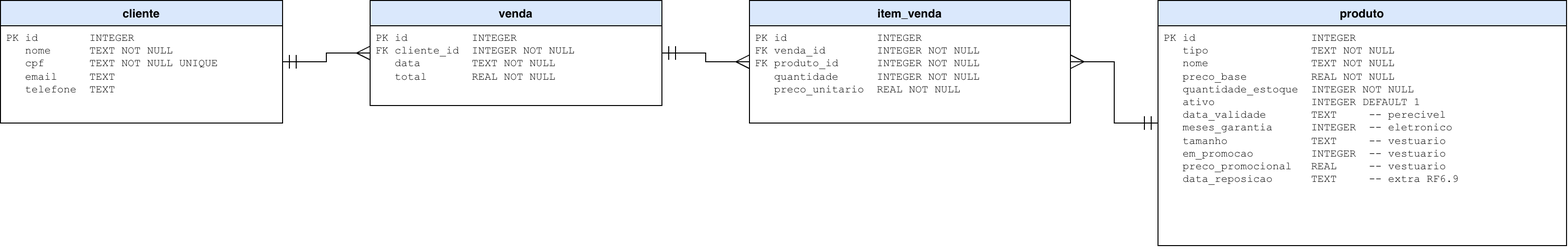
Earlier version of the draw.io export docs/Projeto P2-Tabela SQL.drawio.png (ProjP2/Sistema-Loja). Source tidied: cells renumbered, new cells last; positions are measured from the earlier drawing's top-left corner, leaving out a move shared by most shapes.
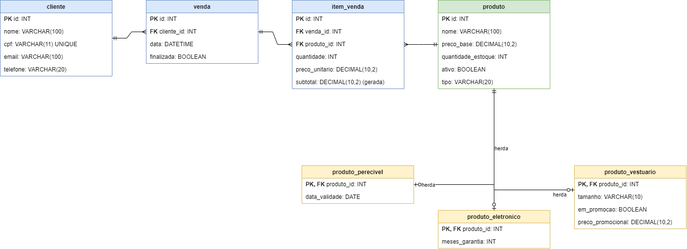
After the commit.

Commit message:
Atualização da tabela de banco de dados. Novo modelo em MySQL.

The edit, as a diff of the source:
```diff
@@ -2,38 +2,137 @@
   <root>
     <mxCell id="0" />
     <mxCell id="1" parent="0" />
-    <mxCell id="2" value="&lt;b&gt;cliente&lt;/b&gt;" style="swimlane;fontStyle=1;align=center;verticalAlign=top;horizontal=1;startSize=26;whiteSpace=wrap;html=1;fillColor=#dae8fc;swimlaneFillColor=#ffffff;" parent="1" vertex="1">
-      <mxGeometry width="290" height="126" as="geometry" />
+    <mxCell id="2" value="cliente" style="swimlane;fontStyle=1;align=center;verticalAlign=top;horizontal=1;startSize=26;whiteSpace=wrap;html=1;fillColor=#dae8fc;strokeColor=#6c8ebf;" parent="1" vertex="1">
+      <mxGeometry x="-10" y="-130" width="230" height="156" as="geometry" />
     </mxCell>
-    <mxCell id="3" value="PK&amp;nbsp;id&amp;nbsp;&amp;nbsp;&amp;nbsp;&amp;nbsp;&amp;nbsp;&amp;nbsp;&amp;nbsp;&amp;nbsp;INTEGER&lt;br&gt;&amp;nbsp;&amp;nbsp;&amp;nbsp;nome&amp;nbsp;&amp;nbsp;&amp;nbsp;&amp;nbsp;&amp;nbsp;&amp;nbsp;TEXT&amp;nbsp;NOT&amp;nbsp;NULL&lt;br&gt;&amp;nbsp;&amp;nbsp;&amp;nbsp;cpf&amp;nbsp;&amp;nbsp;&amp;nbsp;&amp;nbsp;&amp;nbsp;&amp;nbsp;&amp;nbsp;TEXT&amp;nbsp;NOT&amp;nbsp;NULL&amp;nbsp;UNIQUE&lt;br&gt;&amp;nbsp;&amp;nbsp;&amp;nbsp;email&amp;nbsp;&amp;nbsp;&amp;nbsp;&amp;nbsp;&amp;nbsp;TEXT&lt;br&gt;&amp;nbsp;&amp;nbsp;&amp;nbsp;telefone&amp;nbsp;&amp;nbsp;TEXT" style="text;strokeColor=none;fillColor=none;align=left;verticalAlign=top;spacingLeft=4;spacingRight=4;overflow=hidden;whiteSpace=wrap;html=1;fontFamily=Courier New;fontSize=11;" parent="2" vertex="1">
-      <mxGeometry y="26" width="290" height="100" as="geometry" />
-    </mxCell>
+    <mxCell id="13" value="&lt;b&gt;PK&lt;/b&gt;  id: INT" style="text;strokeColor=none;fillColor=none;align=left;verticalAlign=middle;spacingLeft=6;spacingRight=4;overflow=hidden;whiteSpace=wrap;html=1;" parent="2" vertex="1">
+      <mxGeometry y="26" width="230" height="26" as="geometry" />
+    </mxCell>
+    <mxCell id="14" value="nome: VARCHAR(100)" style="text;strokeColor=none;fillColor=none;align=left;verticalAlign=middle;spacingLeft=6;spacingRight=4;overflow=hidden;whiteSpace=wrap;html=1;" parent="2" vertex="1">
+      <mxGeometry y="52" width="230" height="26" as="geometry" />
+    </mxCell>
+    <mxCell id="15" value="cpf: VARCHAR(11) UNIQUE" style="text;strokeColor=none;fillColor=none;align=left;verticalAlign=middle;spacingLeft=6;spacingRight=4;overflow=hidden;whiteSpace=wrap;html=1;" parent="2" vertex="1">
+      <mxGeometry y="78" width="230" height="26" as="geometry" />
+    </mxCell>
+    <mxCell id="16" value="email: VARCHAR(100)" style="text;strokeColor=none;fillColor=none;align=left;verticalAlign=middle;spacingLeft=6;spacingRight=4;overflow=hidden;whiteSpace=wrap;html=1;" parent="2" vertex="1">
+      <mxGeometry y="104" width="230" height="26" as="geometry" />
+    </mxCell>
+    <mxCell id="17" value="telefone: VARCHAR(20)" style="text;strokeColor=none;fillColor=none;align=left;verticalAlign=middle;spacingLeft=6;spacingRight=4;overflow=hidden;whiteSpace=wrap;html=1;" parent="2" vertex="1">
+      <mxGeometry y="130" width="230" height="26" as="geometry" />
+    </mxCell>
-    <mxCell id="4" value="&lt;b&gt;venda&lt;/b&gt;" style="swimlane;fontStyle=1;align=center;verticalAlign=top;horizontal=1;startSize=26;whiteSpace=wrap;html=1;fillColor=#dae8fc;swimlaneFillColor=#ffffff;" parent="1" vertex="1">
-      <mxGeometry x="380" width="300" height="108" as="geometry" />
+    <mxCell id="4" value="venda" style="swimlane;fontStyle=1;align=center;verticalAlign=top;horizontal=1;startSize=26;whiteSpace=wrap;html=1;fillColor=#dae8fc;strokeColor=#6c8ebf;" parent="1" vertex="1">
+      <mxGeometry x="290" y="-130" width="230" height="130" as="geometry" />
     </mxCell>
-    <mxCell id="5" value="PK&amp;nbsp;id&amp;nbsp;&amp;nbsp;&amp;nbsp;&amp;nbsp;&amp;nbsp;&amp;nbsp;&amp;nbsp;&amp;nbsp;&amp;nbsp;&amp;nbsp;INTEGER&lt;br&gt;FK&amp;nbsp;cliente_id&amp;nbsp;&amp;nbsp;INTEGER&amp;nbsp;NOT&amp;nbsp;NULL&lt;br&gt;&amp;nbsp;&amp;nbsp;&amp;nbsp;data&amp;nbsp;&amp;nbsp;&amp;nbsp;&amp;nbsp;&amp;nbsp;&amp;nbsp;&amp;nbsp;&amp;nbsp;TEXT&amp;nbsp;NOT&amp;nbsp;NULL&lt;br&gt;&amp;nbsp;&amp;nbsp;&amp;nbsp;total&amp;nbsp;&amp;nbsp;&amp;nbsp;&amp;nbsp;&amp;nbsp;&amp;nbsp;&amp;nbsp;REAL&amp;nbsp;NOT&amp;nbsp;NULL" style="text;strokeColor=none;fillColor=none;align=left;verticalAlign=top;spacingLeft=4;spacingRight=4;overflow=hidden;whiteSpace=wrap;html=1;fontFamily=Courier New;fontSize=11;" parent="4" vertex="1">
-      <mxGeometry y="26" width="300" height="82" as="geometry" />
-    </mxCell>
+    <mxCell id="18" value="&lt;b&gt;PK&lt;/b&gt;  id: INT" style="text;strokeColor=none;fillColor=none;align=left;verticalAlign=middle;spacingLeft=6;spacingRight=4;overflow=hidden;whiteSpace=wrap;html=1;" parent="4" vertex="1">
+      <mxGeometry y="26" width="230" height="26" as="geometry" />
+    </mxCell>
+    <mxCell id="19" value="&lt;b&gt;FK&lt;/b&gt;  cliente_id: INT" style="text;strokeColor=none;fillColor=none;align=left;verticalAlign=middle;spacingLeft=6;spacingRight=4;overflow=hidden;whiteSpace=wrap;html=1;" parent="4" vertex="1">
+      <mxGeometry y="52" width="230" height="26" as="geometry" />
+    </mxCell>
+    <mxCell id="20" value="data: DATETIME" style="text;strokeColor=none;fillColor=none;align=left;verticalAlign=middle;spacingLeft=6;spacingRight=4;overflow=hidden;whiteSpace=wrap;html=1;" parent="4" vertex="1">
+      <mxGeometry y="78" width="230" height="26" as="geometry" />
+    </mxCell>
+    <mxCell id="21" value="finalizada: BOOLEAN" style="text;strokeColor=none;fillColor=none;align=left;verticalAlign=middle;spacingLeft=6;spacingRight=4;overflow=hidden;whiteSpace=wrap;html=1;" parent="4" vertex="1">
+      <mxGeometry y="104" width="230" height="26" as="geometry" />
+    </mxCell>
-    <mxCell id="6" value="&lt;b&gt;item_venda&lt;/b&gt;" style="swimlane;fontStyle=1;align=center;verticalAlign=top;horizontal=1;startSize=26;whiteSpace=wrap;html=1;fillColor=#dae8fc;swimlaneFillColor=#ffffff;" parent="1" vertex="1">
-      <mxGeometry x="770" width="330" height="126" as="geometry" />
+    <mxCell id="6" value="item_venda" style="swimlane;fontStyle=1;align=center;verticalAlign=top;horizontal=1;startSize=26;whiteSpace=wrap;html=1;fillColor=#dae8fc;strokeColor=#6c8ebf;" parent="1" vertex="1">
+      <mxGeometry x="590" y="-130" width="230" height="182" as="geometry" />
     </mxCell>
-    <mxCell id="7" value="PK&amp;nbsp;id&amp;nbsp;&amp;nbsp;&amp;nbsp;&amp;nbsp;&amp;nbsp;&amp;nbsp;&amp;nbsp;&amp;nbsp;&amp;nbsp;&amp;nbsp;&amp;nbsp;&amp;nbsp;&amp;nbsp;&amp;nbsp;INTEGER&lt;br&gt;FK&amp;nbsp;venda_id&amp;nbsp;&amp;nbsp;&amp;nbsp;&amp;nbsp;&amp;nbsp;&amp;nbsp;&amp;nbsp;&amp;nbsp;INTEGER&amp;nbsp;NOT&amp;nbsp;NULL&lt;br&gt;FK&amp;nbsp;produto_id&amp;nbsp;&amp;nbsp;&amp;nbsp;&amp;nbsp;&amp;nbsp;&amp;nbsp;INTEGER&amp;nbsp;NOT&amp;nbsp;NULL&lt;br&gt;&amp;nbsp;&amp;nbsp;&amp;nbsp;quantidade&amp;nbsp;&amp;nbsp;&amp;nbsp;&amp;nbsp;&amp;nbsp;&amp;nbsp;INTEGER&amp;nbsp;NOT&amp;nbsp;NULL&lt;br&gt;&amp;nbsp;&amp;nbsp;&amp;nbsp;preco_unitario&amp;nbsp;&amp;nbsp;REAL&amp;nbsp;NOT&amp;nbsp;NULL" style="text;strokeColor=none;fillColor=none;align=left;verticalAlign=top;spacingLeft=4;spacingRight=4;overflow=hidden;whiteSpace=wrap;html=1;fontFamily=Courier New;fontSize=11;" parent="6" vertex="1">
-      <mxGeometry y="26" width="330" height="100" as="geometry" />
-    </mxCell>
+    <mxCell id="22" value="&lt;b&gt;PK&lt;/b&gt;  id: INT" style="text;strokeColor=none;fillColor=none;align=left;verticalAlign=middle;spacingLeft=6;spacingRight=4;overflow=hidden;whiteSpace=wrap;html=1;" parent="6" vertex="1">
+      <mxGeometry y="26" width="230" height="26" as="geometry" />
+    </mxCell>
+    <mxCell id="23" value="&lt;b&gt;FK&lt;/b&gt;  venda_id: INT" style="text;strokeColor=none;fillColor=none;align=left;verticalAlign=middle;spacingLeft=6;spacingRight=4;overflow=hidden;whiteSpace=wrap;html=1;" parent="6" vertex="1">
+      <mxGeometry y="52" width="230" height="26" as="geometry" />
+    </mxCell>
+    <mxCell id="24" value="&lt;b&gt;FK&lt;/b&gt;  produto_id: INT" style="text;strokeColor=none;fillColor=none;align=left;verticalAlign=middle;spacingLeft=6;spacingRight=4;overflow=hidden;whiteSpace=wrap;html=1;" parent="6" vertex="1">
+      <mxGeometry y="78" width="230" height="26" as="geometry" />
+    </mxCell>
+    <mxCell id="25" value="quantidade: INT" style="text;strokeColor=none;fillColor=none;align=left;verticalAlign=middle;spacingLeft=6;spacingRight=4;overflow=hidden;whiteSpace=wrap;html=1;" parent="6" vertex="1">
+      <mxGeometry y="104" width="230" height="26" as="geometry" />
+    </mxCell>
+    <mxCell id="26" value="preco_unitario: DECIMAL(10,2)" style="text;strokeColor=none;fillColor=none;align=left;verticalAlign=middle;spacingLeft=6;spacingRight=4;overflow=hidden;whiteSpace=wrap;html=1;" parent="6" vertex="1">
+      <mxGeometry y="130" width="230" height="26" as="geometry" />
+    </mxCell>
+    <mxCell id="27" value="subtotal: DECIMAL(10,2) (gerada)" style="text;strokeColor=none;fillColor=none;align=left;verticalAlign=middle;spacingLeft=6;spacingRight=4;overflow=hidden;whiteSpace=wrap;html=1;" parent="6" vertex="1">
+      <mxGeometry y="156" width="230" height="26" as="geometry" />
+    </mxCell>
-    <mxCell id="8" value="&lt;b&gt;produto&lt;/b&gt;" style="swimlane;fontStyle=1;align=center;verticalAlign=top;horizontal=1;startSize=26;whiteSpace=wrap;html=1;fillColor=#dae8fc;swimlaneFillColor=#ffffff;" parent="1" vertex="1">
-      <mxGeometry x="1190" width="420" height="252" as="geometry" />
+    <mxCell id="8" value="produto" style="swimlane;fontStyle=1;align=center;verticalAlign=top;horizontal=1;startSize=26;whiteSpace=wrap;html=1;fillColor=#d5e8d4;strokeColor=#82b366;" parent="1" vertex="1">
+      <mxGeometry x="890" y="-130" width="230" height="182" as="geometry" />
     </mxCell>
-    <mxCell id="9" value="PK&amp;nbsp;id&amp;nbsp;&amp;nbsp;&amp;nbsp;&amp;nbsp;&amp;nbsp;&amp;nbsp;&amp;nbsp;&amp;nbsp;&amp;nbsp;&amp;nbsp;&amp;nbsp;&amp;nbsp;&amp;nbsp;&amp;nbsp;&amp;nbsp;&amp;nbsp;&amp;nbsp;&amp;nbsp;INTEGER&lt;br&gt;&amp;nbsp;&amp;nbsp;&amp;nbsp;tipo&amp;nbsp;&amp;nbsp;&amp;nbsp;&amp;nbsp;&amp;nbsp;&amp;nbsp;&amp;nbsp;&amp;nbsp;&amp;nbsp;&amp;nbsp;&amp;nbsp;&amp;nbsp;&amp;nbsp;&amp;nbsp;&amp;nbsp;&amp;nbsp;TEXT&amp;nbsp;NOT&amp;nbsp;NULL&lt;br&gt;&amp;nbsp;&amp;nbsp;&amp;nbsp;nome&amp;nbsp;&amp;nbsp;&amp;nbsp;&amp;nbsp;&amp;nbsp;&amp;nbsp;&amp;nbsp;&amp;nbsp;&amp;nbsp;&amp;nbsp;&amp;nbsp;&amp;nbsp;&amp;nbsp;&amp;nbsp;&amp;nbsp;&amp;nbsp;TEXT&amp;nbsp;NOT&amp;nbsp;NULL&lt;br&gt;&amp;nbsp;&amp;nbsp;&amp;nbsp;preco_base&amp;nbsp;&amp;nbsp;&amp;nbsp;&amp;nbsp;&amp;nbsp;&amp;nbsp;&amp;nbsp;&amp;nbsp;&amp;nbsp;&amp;nbsp;REAL&amp;nbsp;NOT&amp;nbsp;NULL&lt;br&gt;&amp;nbsp;&amp;nbsp;&amp;nbsp;quantidade_estoque&amp;nbsp;&amp;nbsp;INTEGER&amp;nbsp;NOT&amp;nbsp;NULL&lt;br&gt;&amp;nbsp;&amp;nbsp;&amp;nbsp;ativo&amp;nbsp;&amp;nbsp;&amp;nbsp;&amp;nbsp;&amp;nbsp;&amp;nbsp;&amp;nbsp;&amp;nbsp;&amp;nbsp;&amp;nbsp;&amp;nbsp;&amp;nbsp;&amp;nbsp;&amp;nbsp;&amp;nbsp;INTEGER&amp;nbsp;DEFAULT&amp;nbsp;1&lt;br&gt;&amp;nbsp;&amp;nbsp;&amp;nbsp;data_validade&amp;nbsp;&amp;nbsp;&amp;nbsp;&amp;nbsp;&amp;nbsp;&amp;nbsp;&amp;nbsp;TEXT&amp;nbsp;&amp;nbsp;&amp;nbsp;&amp;nbsp;&amp;nbsp;--&amp;nbsp;perecivel&lt;br&gt;&amp;nbsp;&amp;nbsp;&amp;nbsp;meses_garantia&amp;nbsp;&amp;nbsp;&amp;nbsp;&amp;nbsp;&amp;nbsp;&amp;nbsp;INTEGER&amp;nbsp;&amp;nbsp;--&amp;nbsp;eletronico&lt;br&gt;&amp;nbsp;&amp;nbsp;&amp;nbsp;tamanho&amp;nbsp;&amp;nbsp;&amp;nbsp;&amp;nbsp;&amp;nbsp;&amp;nbsp;&amp;nbsp;&amp;nbsp;&amp;nbsp;&amp;nbsp;&amp;nbsp;&amp;nbsp;&amp;nbsp;TEXT&amp;nbsp;&amp;nbsp;&amp;nbsp;&amp;nbsp;&amp;nbsp;--&amp;nbsp;vestuario&lt;br&gt;&amp;nbsp;&amp;nbsp;&amp;nbsp;em_promocao&amp;nbsp;&amp;nbsp;&amp;nbsp;&amp;nbsp;&amp;nbsp;&amp;nbsp;&amp;nbsp;&amp;nbsp;&amp;nbsp;INTEGER&amp;nbsp;&amp;nbsp;--&amp;nbsp;vestuario&lt;br&gt;&amp;nbsp;&amp;nbsp;&amp;nbsp;preco_promocional&amp;nbsp;&amp;nbsp;&amp;nbsp;REAL&amp;nbsp;&amp;nbsp;&amp;nbsp;&amp;nbsp;&amp;nbsp;--&amp;nbsp;vestuario&lt;br&gt;&amp;nbsp;&amp;nbsp;&amp;nbsp;data_reposicao&amp;nbsp;&amp;nbsp;&amp;nbsp;&amp;nbsp;&amp;nbsp;&amp;nbsp;TEXT&amp;nbsp;&amp;nbsp;&amp;nbsp;&amp;nbsp;&amp;nbsp;--&amp;nbsp;extra&amp;nbsp;RF6.9" style="text;strokeColor=none;fillColor=none;align=left;verticalAlign=top;spacingLeft=4;spacingRight=4;overflow=hidden;whiteSpace=wrap;html=1;fontFamily=Courier New;fontSize=11;" parent="8" vertex="1">
-      <mxGeometry y="26" width="420" height="226" as="geometry" />
-    </mxCell>
+    <mxCell id="28" value="&lt;b&gt;PK&lt;/b&gt;  id: INT" style="text;strokeColor=none;fillColor=none;align=left;verticalAlign=middle;spacingLeft=6;spacingRight=4;overflow=hidden;whiteSpace=wrap;html=1;" parent="8" vertex="1">
+      <mxGeometry y="26" width="230" height="26" as="geometry" />
+    </mxCell>
+    <mxCell id="29" value="nome: VARCHAR(100)" style="text;strokeColor=none;fillColor=none;align=left;verticalAlign=middle;spacingLeft=6;spacingRight=4;overflow=hidden;whiteSpace=wrap;html=1;" parent="8" vertex="1">
+      <mxGeometry y="52" width="230" height="26" as="geometry" />
+    </mxCell>
+    <mxCell id="30" value="preco_base: DECIMAL(10,2)" style="text;strokeColor=none;fillColor=none;align=left;verticalAlign=middle;spacingLeft=6;spacingRight=4;overflow=hidden;whiteSpace=wrap;html=1;" parent="8" vertex="1">
+      <mxGeometry y="78" width="230" height="26" as="geometry" />
+    </mxCell>
+    <mxCell id="31" value="quantidade_estoque: INT" style="text;strokeColor=none;fillColor=none;align=left;verticalAlign=middle;spacingLeft=6;spacingRight=4;overflow=hidden;whiteSpace=wrap;html=1;" parent="8" vertex="1">
+      <mxGeometry y="104" width="230" height="26" as="geometry" />
+    </mxCell>
+    <mxCell id="32" value="ativo: BOOLEAN" style="text;strokeColor=none;fillColor=none;align=left;verticalAlign=middle;spacingLeft=6;spacingRight=4;overflow=hidden;whiteSpace=wrap;html=1;" parent="8" vertex="1">
+      <mxGeometry y="130" width="230" height="26" as="geometry" />
+    </mxCell>
+    <mxCell id="33" value="tipo: VARCHAR(20)" style="text;strokeColor=none;fillColor=none;align=left;verticalAlign=middle;spacingLeft=6;spacingRight=4;overflow=hidden;whiteSpace=wrap;html=1;" parent="8" vertex="1">
+      <mxGeometry y="156" width="230" height="26" as="geometry" />
+    </mxCell>
+    <mxCell id="34" value="produto_perecivel" style="swimlane;fontStyle=1;align=center;verticalAlign=top;horizontal=1;startSize=26;whiteSpace=wrap;html=1;fillColor=#fff2cc;strokeColor=#d6b656;" parent="1" vertex="1">
+      <mxGeometry x="610" y="210" width="230" height="78" as="geometry" />
+    </mxCell>
+    <mxCell id="35" value="&lt;b&gt;PK, FK&lt;/b&gt;  produto_id: INT" style="text;strokeColor=none;fillColor=none;align=left;verticalAlign=middle;spacingLeft=6;spacingRight=4;overflow=hidden;whiteSpace=wrap;html=1;" parent="34" vertex="1">
+      <mxGeometry y="26" width="230" height="26" as="geometry" />
+    </mxCell>
+    <mxCell id="36" value="data_validade: DATE" style="text;strokeColor=none;fillColor=none;align=left;verticalAlign=middle;spacingLeft=6;spacingRight=4;overflow=hidden;whiteSpace=wrap;html=1;" parent="34" vertex="1">
+      <mxGeometry y="52" width="230" height="26" as="geometry" />
+    </mxCell>
+    <mxCell id="37" value="produto_eletronico" style="swimlane;fontStyle=1;align=center;verticalAlign=top;horizontal=1;startSize=26;whiteSpace=wrap;html=1;fillColor=#fff2cc;strokeColor=#d6b656;" parent="1" vertex="1">
+      <mxGeometry x="890" y="302" width="230" height="78" as="geometry" />
+    </mxCell>
+    <mxCell id="38" value="&lt;b&gt;PK, FK&lt;/b&gt;  produto_id: INT" style="text;strokeColor=none;fillColor=none;align=left;verticalAlign=middle;spacingLeft=6;spacingRight=4;overflow=hidden;whiteSpace=wrap;html=1;" parent="37" vertex="1">
+      <mxGeometry y="26" width="230" height="26" as="geometry" />
+    </mxCell>
+    <mxCell id="39" value="meses_garantia: INT" style="text;strokeColor=none;fillColor=none;align=left;verticalAlign=middle;spacingLeft=6;spacingRight=4;overflow=hidden;whiteSpace=wrap;html=1;" parent="37" vertex="1">
+      <mxGeometry y="52" width="230" height="26" as="geometry" />
+    </mxCell>
+    <mxCell id="40" value="produto_vestuario" style="swimlane;fontStyle=1;align=center;verticalAlign=top;horizontal=1;startSize=26;whiteSpace=wrap;html=1;fillColor=#fff2cc;strokeColor=#d6b656;" parent="1" vertex="1">
+      <mxGeometry x="1170" y="210" width="230" height="130" as="geometry" />
+    </mxCell>
+    <mxCell id="41" value="&lt;b&gt;PK, FK&lt;/b&gt;  produto_id: INT" style="text;strokeColor=none;fillColor=none;align=left;verticalAlign=middle;spacingLeft=6;spacingRight=4;overflow=hidden;whiteSpace=wrap;html=1;" parent="40" vertex="1">
+      <mxGeometry y="26" width="230" height="26" as="geometry" />
+    </mxCell>
+    <mxCell id="42" value="tamanho: VARCHAR(10)" style="text;strokeColor=none;fillColor=none;align=left;verticalAlign=middle;spacingLeft=6;spacingRight=4;overflow=hidden;whiteSpace=wrap;html=1;" parent="40" vertex="1">
+      <mxGeometry y="52" width="230" height="26" as="geometry" />
+    </mxCell>
+    <mxCell id="43" value="em_promocao: BOOLEAN" style="text;strokeColor=none;fillColor=none;align=left;verticalAlign=middle;spacingLeft=6;spacingRight=4;overflow=hidden;whiteSpace=wrap;html=1;" parent="40" vertex="1">
+      <mxGeometry y="78" width="230" height="26" as="geometry" />
+    </mxCell>
+    <mxCell id="44" value="preco_promocional: DECIMAL(10,2)" style="text;strokeColor=none;fillColor=none;align=left;verticalAlign=middle;spacingLeft=6;spacingRight=4;overflow=hidden;whiteSpace=wrap;html=1;" parent="40" vertex="1">
+      <mxGeometry y="104" width="230" height="26" as="geometry" />
+    </mxCell>
-    <mxCell id="10" style="html=1;rounded=0;edgeStyle=orthogonalEdgeStyle;endSize=12;startSize=12;startArrow=ERmany;endArrow=ERmandOne;" parent="1" edge="1" source="4" target="2">
+    <mxCell id="10" style="endArrow=ERmandOne;startArrow=ERmany;endFill=0;startFill=0;html=1;rounded=0;edgeStyle=entityRelationEdgeStyle;" parent="1" edge="1" source="4" target="2">
       <mxGeometry relative="1" as="geometry" />
     </mxCell>
-    <mxCell id="11" style="html=1;rounded=0;edgeStyle=orthogonalEdgeStyle;endSize=12;startSize=12;startArrow=ERmany;endArrow=ERmandOne;" parent="1" edge="1" source="6" target="4">
+    <mxCell id="11" style="endArrow=ERmandOne;startArrow=ERmany;endFill=0;startFill=0;html=1;rounded=0;edgeStyle=entityRelationEdgeStyle;" parent="1" edge="1" source="6" target="4">
       <mxGeometry relative="1" as="geometry" />
     </mxCell>
-    <mxCell id="12" style="html=1;rounded=0;edgeStyle=orthogonalEdgeStyle;endSize=12;startSize=12;startArrow=ERmany;endArrow=ERmandOne;" parent="1" edge="1" source="6" target="8">
+    <mxCell id="12" style="endArrow=ERmandOne;startArrow=ERmany;endFill=0;startFill=0;html=1;rounded=0;edgeStyle=entityRelationEdgeStyle;" parent="1" edge="1" source="6" target="8">
       <mxGeometry relative="1" as="geometry" />
     </mxCell>
+    <mxCell id="45" value="herda" style="endArrow=ERmandOne;startArrow=ERmany;endFill=0;startFill=0;html=1;rounded=0;edgeStyle=orthogonalEdgeStyle;startArrow=ERzeroToOne;" parent="1" edge="1" source="34" target="8">
+      <mxGeometry x="-0.09" y="-137" relative="1" as="geometry">
+        <mxPoint x="-2" y="21" as="offset" />
+      </mxGeometry>
+    </mxCell>
+    <mxCell id="46" value="herda" style="endArrow=ERmandOne;startArrow=ERmany;endFill=0;startFill=0;html=1;rounded=0;edgeStyle=orthogonalEdgeStyle;startArrow=ERzeroToOne;" parent="1" edge="1" source="37" target="8">
+      <mxGeometry x="0.01" y="-15" relative="1" as="geometry" />
+    </mxCell>
+    <mxCell id="47" value="herda" style="endArrow=ERmandOne;startArrow=ERmany;endFill=0;startFill=0;html=1;rounded=0;edgeStyle=orthogonalEdgeStyle;startArrow=ERzeroToOne;" parent="1" edge="1" source="40" target="8">
+      <mxGeometry x="-0.06" y="135" relative="1" as="geometry">
+        <Array as="points">
+          <mxPoint x="1005" y="260" />
+        </Array>
+      </mxGeometry>
+    </mxCell>
   </root>
 </mxGraphModel>
```
